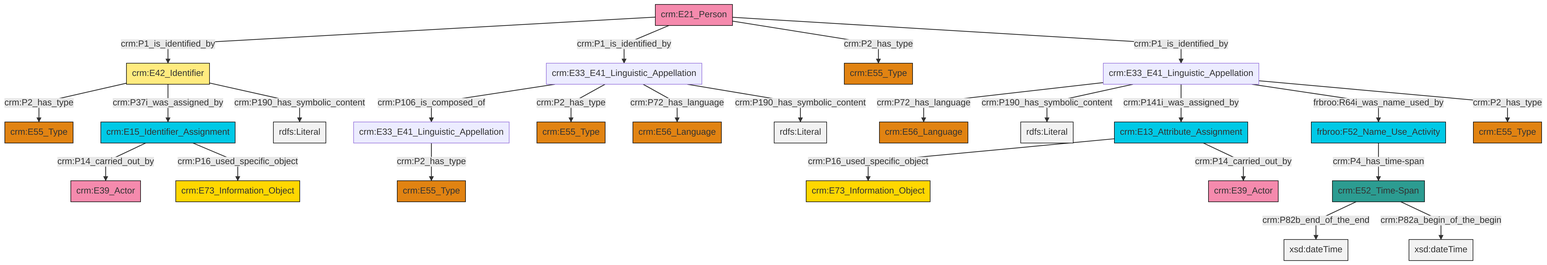
Before: et/personCSV/ttl/mmd/png/Person_Names_and_Classification.png, a diagram exported from Mermaid (swiss-art-research-net/docs.swissartresearch). Its source is kept beside it as et/personCSV/ttl/mmd/Person_Names_and_Classification.ttl.mmd.
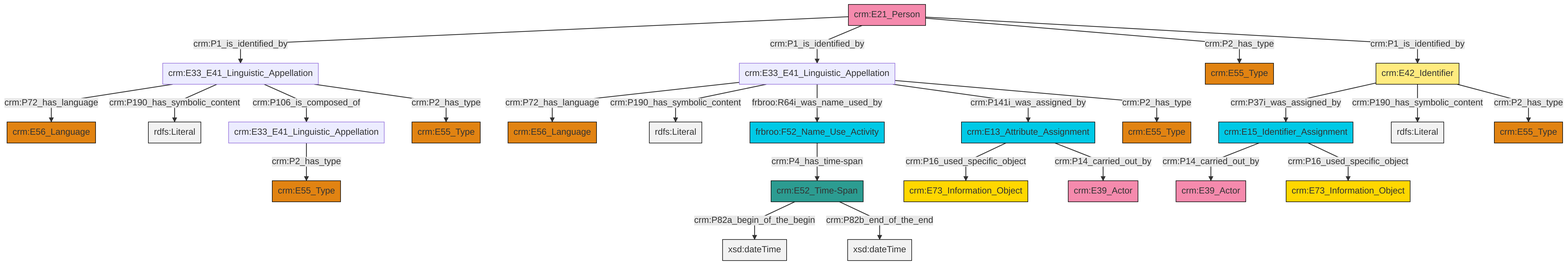
After the change.

The edit, as a diff of the source:
```diff
@@ -13,27 +13,27 @@
 classDef PC_Classes fill:#4ce600, stroke:#000000;
 classDef Multi fill:#cccccc,stroke:#000000;
 
-2["crm:E33_E41_Linguistic_Appellation"]:::Default -->|crm:P72_has_language| 3["crm:E56_Language"]:::Type
-4["crm:E33_E41_Linguistic_Appellation"]:::Default -->|crm:P106_is_composed_of| 5["crm:E33_E41_Linguistic_Appellation"]:::Default
-7["crm:E15_Identifier_Assignment"]:::Temporal_Entity -->|crm:P14_carried_out_by| 8["crm:E39_Actor"]:::Actor
-11["crm:E52_Time-Span"]:::Time-Span -->|crm:P82b_end_of_the_end| 12[xsd:dateTime]:::Literal
-13["crm:E42_Identifier"]:::Appellation -->|crm:P2_has_type| 0["crm:E55_Type"]:::Type
-7["crm:E15_Identifier_Assignment"]:::Temporal_Entity -->|crm:P16_used_specific_object| 16["crm:E73_Information_Object"]:::Conceptual_Object
-4["crm:E33_E41_Linguistic_Appellation"]:::Default -->|crm:P2_has_type| 17["crm:E55_Type"]:::Type
-2["crm:E33_E41_Linguistic_Appellation"]:::Default -->|crm:P190_has_symbolic_content| 18[rdfs:Literal]:::Literal
-4["crm:E33_E41_Linguistic_Appellation"]:::Default -->|crm:P72_has_language| 19["crm:E56_Language"]:::Type
-11["crm:E52_Time-Span"]:::Time-Span -->|crm:P82a_begin_of_the_begin| 20[xsd:dateTime]:::Literal
-21["frbroo:F52_Name_Use_Activity"]:::Temporal_Entity -->|crm:P4_has_time-span| 11["crm:E52_Time-Span"]:::Time-Span
-4["crm:E33_E41_Linguistic_Appellation"]:::Default -->|crm:P190_has_symbolic_content| 22[rdfs:Literal]:::Literal
-26["crm:E13_Attribute_Assignment"]:::Temporal_Entity -->|crm:P16_used_specific_object| 27["crm:E73_Information_Object"]:::Conceptual_Object
-2["crm:E33_E41_Linguistic_Appellation"]:::Default -->|crm:P141i_was_assigned_by| 26["crm:E13_Attribute_Assignment"]:::Temporal_Entity
-34["crm:E21_Person"]:::Actor -->|crm:P1_is_identified_by| 13["crm:E42_Identifier"]:::Appellation
-34["crm:E21_Person"]:::Actor -->|crm:P1_is_identified_by| 4["crm:E33_E41_Linguistic_Appellation"]:::Default
-26["crm:E13_Attribute_Assignment"]:::Temporal_Entity -->|crm:P14_carried_out_by| 29["crm:E39_Actor"]:::Actor
-13["crm:E42_Identifier"]:::Appellation -->|crm:P37i_was_assigned_by| 7["crm:E15_Identifier_Assignment"]:::Temporal_Entity
-2["crm:E33_E41_Linguistic_Appellation"]:::Default -->|frbroo:R64i_was_name_used_by| 21["frbroo:F52_Name_Use_Activity"]:::Temporal_Entity
-34["crm:E21_Person"]:::Actor -->|crm:P2_has_type| 24["crm:E55_Type"]:::Type
-34["crm:E21_Person"]:::Actor -->|crm:P1_is_identified_by| 2["crm:E33_E41_Linguistic_Appellation"]:::Default
-5["crm:E33_E41_Linguistic_Appellation"]:::Default -->|crm:P2_has_type| 38["crm:E55_Type"]:::Type
-2["crm:E33_E41_Linguistic_Appellation"]:::Default -->|crm:P2_has_type| 9["crm:E55_Type"]:::Type
-13["crm:E42_Identifier"]:::Appellation -->|crm:P190_has_symbolic_content| 46[rdfs:Literal]:::Literal
+8["crm:E33_E41_Linguistic_Appellation"]:::Default -->|crm:P72_has_language| 9["crm:E56_Language"]:::Type
+10["crm:E52_Time-Span"]:::Time-Span -->|crm:P82a_begin_of_the_begin| 11[xsd:dateTime]:::Literal
+12["crm:E42_Identifier"]:::Appellation -->|crm:P37i_was_assigned_by| 13["crm:E15_Identifier_Assignment"]:::Temporal_Entity
+14["frbroo:F52_Name_Use_Activity"]:::Temporal_Entity -->|crm:P4_has_time-span| 10["crm:E52_Time-Span"]:::Time-Span
+15["crm:E33_E41_Linguistic_Appellation"]:::Default -->|crm:P72_has_language| 2["crm:E56_Language"]:::Type
+4["crm:E21_Person"]:::Actor -->|crm:P1_is_identified_by| 15["crm:E33_E41_Linguistic_Appellation"]:::Default
+10["crm:E52_Time-Span"]:::Time-Span -->|crm:P82b_end_of_the_end| 22[xsd:dateTime]:::Literal
+25["crm:E13_Attribute_Assignment"]:::Temporal_Entity -->|crm:P16_used_specific_object| 16["crm:E73_Information_Object"]:::Conceptual_Object
+25["crm:E13_Attribute_Assignment"]:::Temporal_Entity -->|crm:P14_carried_out_by| 26["crm:E39_Actor"]:::Actor
+15["crm:E33_E41_Linguistic_Appellation"]:::Default -->|crm:P190_has_symbolic_content| 28[rdfs:Literal]:::Literal
+4["crm:E21_Person"]:::Actor -->|crm:P1_is_identified_by| 8["crm:E33_E41_Linguistic_Appellation"]:::Default
+23["crm:E33_E41_Linguistic_Appellation"]:::Default -->|crm:P2_has_type| 29["crm:E55_Type"]:::Type
+8["crm:E33_E41_Linguistic_Appellation"]:::Default -->|crm:P190_has_symbolic_content| 35[rdfs:Literal]:::Literal
+13["crm:E15_Identifier_Assignment"]:::Temporal_Entity -->|crm:P14_carried_out_by| 18["crm:E39_Actor"]:::Actor
+8["crm:E33_E41_Linguistic_Appellation"]:::Default -->|frbroo:R64i_was_name_used_by| 14["frbroo:F52_Name_Use_Activity"]:::Temporal_Entity
+8["crm:E33_E41_Linguistic_Appellation"]:::Default -->|crm:P141i_was_assigned_by| 25["crm:E13_Attribute_Assignment"]:::Temporal_Entity
+15["crm:E33_E41_Linguistic_Appellation"]:::Default -->|crm:P106_is_composed_of| 23["crm:E33_E41_Linguistic_Appellation"]:::Default
+4["crm:E21_Person"]:::Actor -->|crm:P2_has_type| 20["crm:E55_Type"]:::Type
+12["crm:E42_Identifier"]:::Appellation -->|crm:P190_has_symbolic_content| 41[rdfs:Literal]:::Literal
+8["crm:E33_E41_Linguistic_Appellation"]:::Default -->|crm:P2_has_type| 42["crm:E55_Type"]:::Type
+12["crm:E42_Identifier"]:::Appellation -->|crm:P2_has_type| 30["crm:E55_Type"]:::Type
+13["crm:E15_Identifier_Assignment"]:::Temporal_Entity -->|crm:P16_used_specific_object| 0["crm:E73_Information_Object"]:::Conceptual_Object
+15["crm:E33_E41_Linguistic_Appellation"]:::Default -->|crm:P2_has_type| 6["crm:E55_Type"]:::Type
+4["crm:E21_Person"]:::Actor -->|crm:P1_is_identified_by| 12["crm:E42_Identifier"]:::Appellation
```
